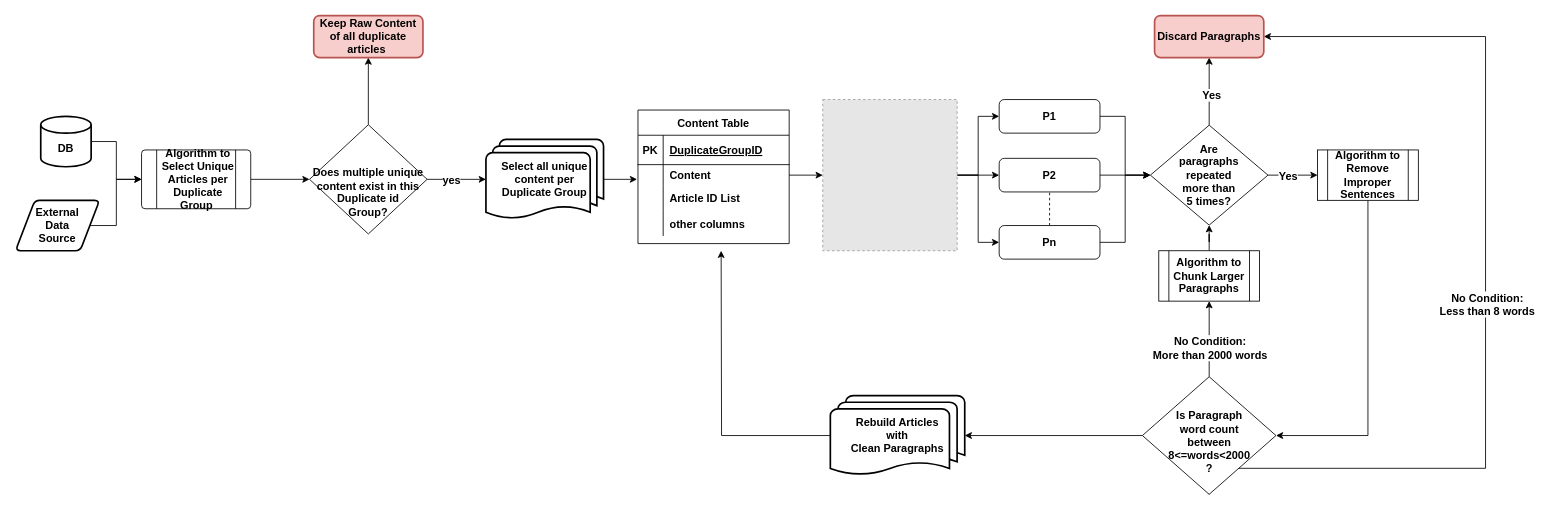
Above: Article_Cleaning.drawio in travel-code-sleep/darw_io_diagrams (draw.io), before the change. Source tidied: cells renumbered, new cells numbered last; positions are measured from the earlier drawing's top-left corner, leaving out a move shared by most shapes. Both pictures are drawn from the tidied source at 84%, with x=0, y=0 at pixel (15, 15). Pictures stored in the file or linked from it are replaced by grey dashed boxes.
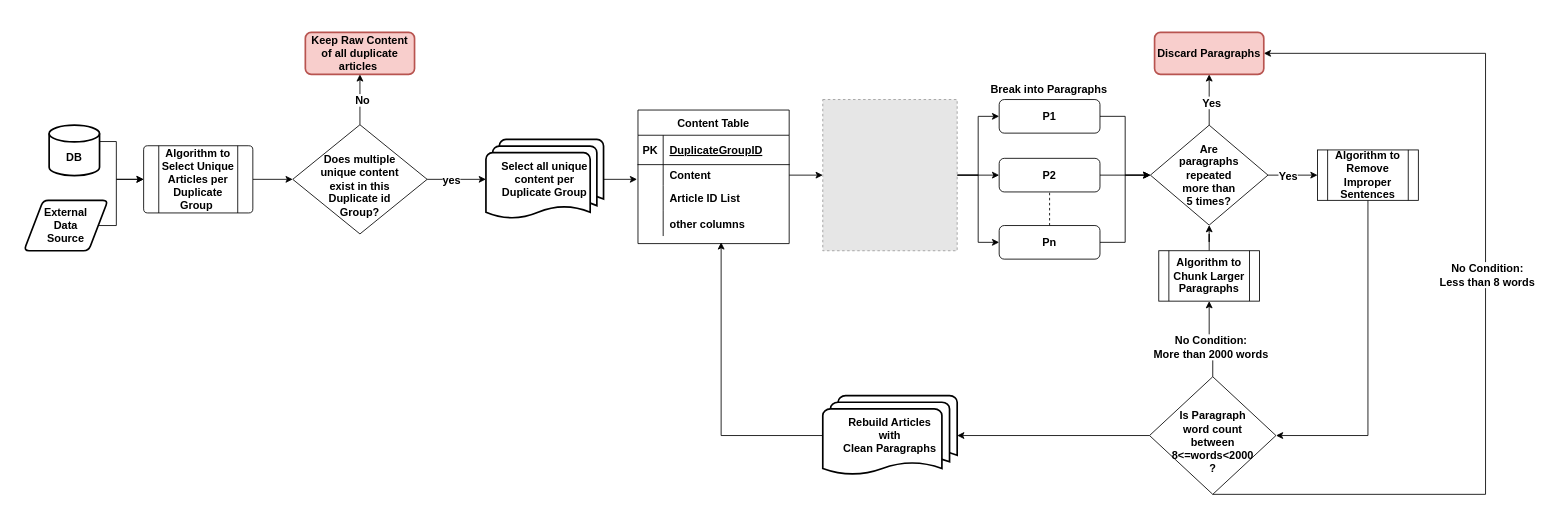
After the change.

Unchanged cells that the change refers to:
```xml
<mxCell id="34" style="edgeStyle=orthogonalEdgeStyle;rounded=0;jettySize=auto;html=1;exitX=0.5;exitY=0;exitDx=0;exitDy=0;entryX=0.5;entryY=1;entryDx=0;entryDy=0;fontSize=13;fontStyle=1;" parent="1" edge="1" source="35" target="36">
  <mxGeometry relative="1" as="geometry" />
</mxCell>
```

Change to the diagram source:
```diff
@@
     <mxCell id="2" style="edgeStyle=orthogonalEdgeStyle;rounded=0;jettySize=auto;html=1;exitX=1;exitY=0.5;exitDx=0;exitDy=0;exitPerimeter=0;fontSize=13;fontStyle=1;" parent="1" edge="1" source="3" target="30">
-      <mxGeometry relative="1" as="geometry" />
+      <mxGeometry relative="1" as="geometry">
+        <Array as="points">
+          <mxPoint x="120" y="150" />
+          <mxPoint x="120" y="195" />
+        </Array>
+      </mxGeometry>
     </mxCell>
     <mxCell id="3" value="&lt;br style=&quot;font-size: 13px;&quot;&gt;DB" style="strokeWidth=2;html=1;shape=mxgraph.flowchart.database;whiteSpace=wrap;fontSize=13;fontStyle=1;" parent="1" vertex="1">
-      <mxGeometry x="30" y="120" width="60" height="60" as="geometry" />
+      <mxGeometry x="40" y="130.5" width="60" height="60" as="geometry" />
     </mxCell>
@@
     <mxCell id="30" style="verticalLabelPosition=bottom;verticalAlign=top;html=1;shape=process;whiteSpace=wrap;rounded=1;size=0.14;arcSize=6;fontSize=13;fontStyle=1;" parent="1" vertex="1">
-      <mxGeometry x="150" y="160" width="130" height="70" as="geometry" />
+      <mxGeometry x="152.5" y="155" width="130" height="80" as="geometry" />
     </mxCell>
@@
+    <mxCell id="60" value="No" style="edgeLabel;html=1;align=center;verticalAlign=middle;fontSize=13;fontStyle=1;" parent="34" vertex="1">
+      <mxGeometry x="-0.01" y="-2" relative="1" as="geometry" />
+    </mxCell>
-    <mxCell id="35" value="&lt;br style=&quot;font-size: 13px;&quot;&gt;&lt;br style=&quot;font-size: 13px;&quot;&gt;Does multiple unique content exist in this Duplicate id &lt;br style=&quot;font-size: 13px;&quot;&gt;Group?" style="rhombus;whiteSpace=wrap;html=1;fontSize=13;fontStyle=1;" parent="1" vertex="1">
-      <mxGeometry x="350" y="130" width="140" height="130" as="geometry" />
+    <mxCell id="35" value="&lt;br&gt;Does multiple &lt;br&gt;unique content &lt;br&gt;exist in this &lt;br&gt;Duplicate id &lt;br style=&quot;font-size: 13px;&quot;&gt;Group?" style="rhombus;whiteSpace=wrap;html=1;fontSize=13;fontStyle=1;" parent="1" vertex="1">
+      <mxGeometry x="330" y="130" width="160" height="130" as="geometry" />
     </mxCell>
     <mxCell id="36" value="Keep Raw Content of all duplicate articles&amp;nbsp;" style="rounded=1;whiteSpace=wrap;html=1;absoluteArcSize=1;arcSize=14;strokeWidth=2;fillColor=#f8cecc;strokeColor=#b85450;fontSize=13;fontStyle=1;" parent="1" vertex="1">
-      <mxGeometry x="355" width="130" height="50" as="geometry" />
+      <mxGeometry x="345" y="20" width="130" height="50" as="geometry" />
     </mxCell>
@@
     <mxCell id="40" value="&lt;span style=&quot;font-size: 13px;&quot;&gt;External&lt;/span&gt;&lt;br style=&quot;font-size: 13px;&quot;&gt;&lt;span style=&quot;font-size: 13px;&quot;&gt;Data &lt;br style=&quot;font-size: 13px;&quot;&gt;Source&lt;/span&gt;" style="shape=parallelogram;html=1;strokeWidth=2;perimeter=parallelogramPerimeter;whiteSpace=wrap;rounded=1;arcSize=12;size=0.23;fontSize=13;fontStyle=1;" parent="1" vertex="1">
-      <mxGeometry y="220" width="100" height="60" as="geometry" />
+      <mxGeometry x="10" y="220" width="100" height="60" as="geometry" />
     </mxCell>
@@
     <mxCell id="46" style="edgeStyle=orthogonalEdgeStyle;rounded=0;jettySize=auto;html=1;exitX=0.5;exitY=1;exitDx=0;exitDy=0;entryX=1;entryY=0.5;entryDx=0;entryDy=0;fontSize=13;fontStyle=1;" parent="1" edge="1" source="51" target="59">
       <mxGeometry relative="1" as="geometry">
         <Array as="points">
-          <mxPoint x="1750" y="539" />
-          <mxPoint x="1750" y="25" />
+          <mxPoint x="1750" y="570" />
+          <mxPoint x="1750" y="45" />
         </Array>
       </mxGeometry>
     </mxCell>
     <mxCell id="47" value="No Condition:&lt;br style=&quot;font-size: 13px;&quot;&gt;Less than 8 words" style="edgeLabel;html=1;align=center;verticalAlign=middle;fontSize=13;fontStyle=1;" parent="46" vertex="1">
       <mxGeometry x="-0.14" y="-1" relative="1" as="geometry">
-        <mxPoint y="-67" as="offset" />
+        <mxPoint y="-107" as="offset" />
       </mxGeometry>
     </mxCell>
@@
     <mxCell id="51" value="&lt;br&gt;Is Paragraph &lt;br&gt;word count&lt;br style=&quot;font-size: 13px;&quot;&gt;between&lt;br style=&quot;font-size: 13px;&quot;&gt;8&amp;lt;=words&amp;lt;2000&lt;br&gt;?" style="rhombus;whiteSpace=wrap;html=1;fontSize=13;fontStyle=1;" parent="1" vertex="1">
-      <mxGeometry x="1341.5" y="430" width="159" height="140" as="geometry" />
+      <mxGeometry x="1350" y="430" width="150.5" height="140" as="geometry" />
     </mxCell>
@@
     <mxCell id="54" style="edgeStyle=orthogonalEdgeStyle;rounded=0;jettySize=auto;html=1;exitX=0;exitY=0.5;exitDx=0;exitDy=0;exitPerimeter=0;fontSize=13;fontStyle=1;" parent="1" edge="1" source="55">
       <mxGeometry relative="1" as="geometry">
-        <mxPoint x="840" y="280" as="targetPoint" />
+        <mxPoint x="840" y="270" as="targetPoint" />
+        <Array as="points">
+          <mxPoint x="840" y="500" />
+        </Array>
       </mxGeometry>
     </mxCell>
     <mxCell id="55" value="Rebuild Articles &lt;br style=&quot;font-size: 13px;&quot;&gt;with&lt;br style=&quot;font-size: 13px;&quot;&gt;Clean Paragraphs" style="strokeWidth=2;html=1;shape=mxgraph.flowchart.multi-document;whiteSpace=wrap;fontSize=13;fontStyle=1;" parent="1" vertex="1">
-      <mxGeometry x="970" y="452.5" width="160" height="95" as="geometry" />
+      <mxGeometry x="961" y="452.5" width="160" height="95" as="geometry" />
     </mxCell>
@@
     <mxCell id="59" value="Discard Paragraphs" style="rounded=1;whiteSpace=wrap;html=1;absoluteArcSize=1;arcSize=14;strokeWidth=2;fillColor=#f8cecc;strokeColor=#b85450;fontSize=13;fontStyle=1;" parent="1" vertex="1">
-      <mxGeometry x="1356" width="130" height="50" as="geometry" />
+      <mxGeometry x="1356" y="20" width="130" height="50" as="geometry" />
     </mxCell>
+    <mxCell id="61" value="&lt;font style=&quot;font-size: 13px;&quot;&gt;Break into Paragraphs&lt;/font&gt;" style="edgeLabel;html=1;align=center;verticalAlign=middle;fontStyle=1;" parent="1" vertex="1">
+      <mxGeometry x="1231" y="60" as="geometry">
+        <mxPoint x="-2" y="27" as="offset" />
+      </mxGeometry>
+    </mxCell>
```
